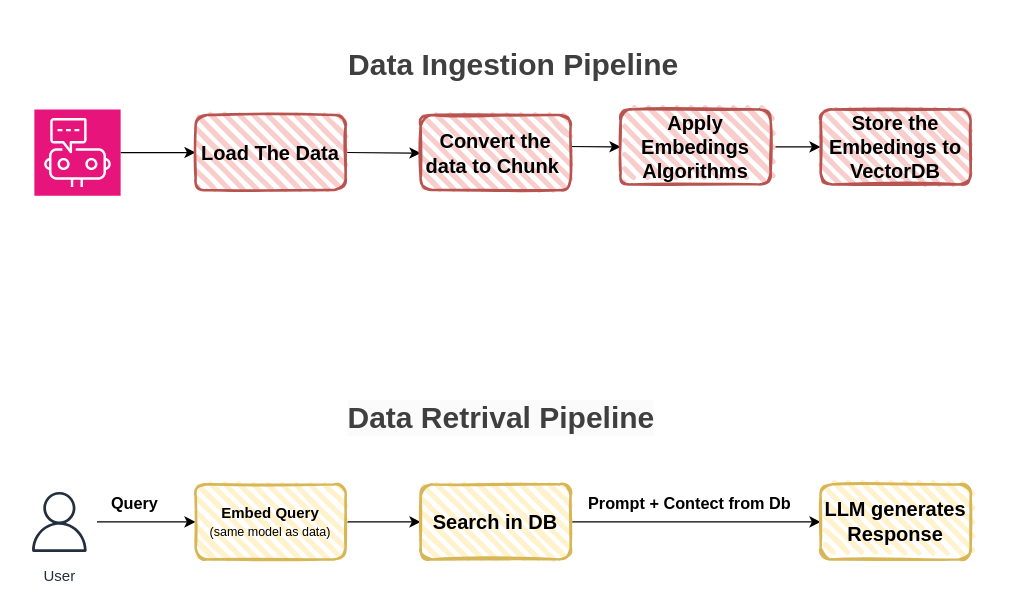
Earlier version of the draw.io diagram mental-model/rag-bot.drawio (DubeyHarshitt/Examock). Source tidied: cells renumbered, new cells numbered last; positions are measured from the earlier drawing's top-left corner, leaving out a move shared by most shapes. Both pictures are drawn from the tidied source at 125%, with x=0, y=0 at pixel (21, 21).
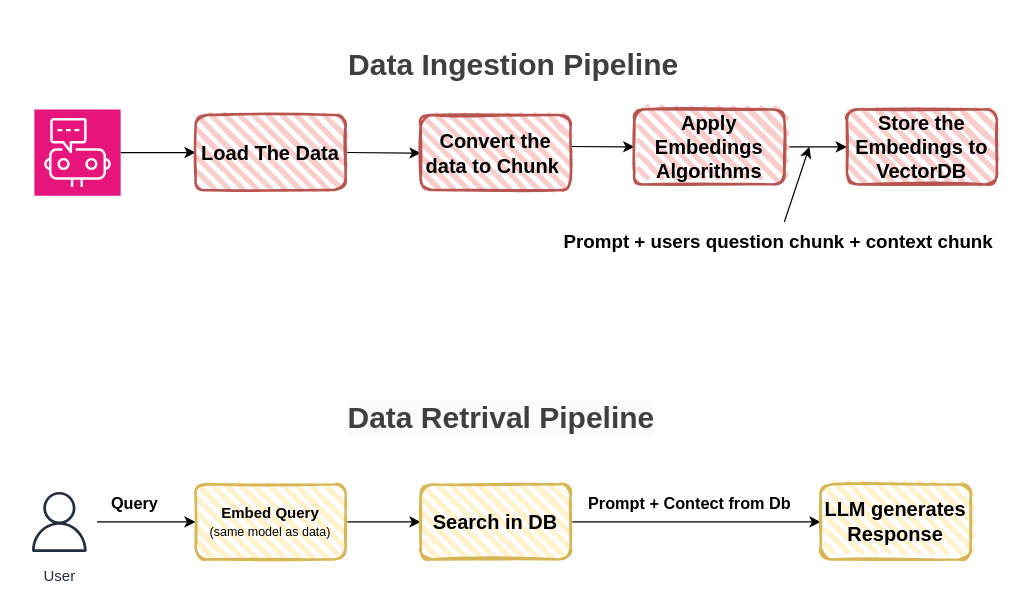
Above is the later version.

Change to the diagram source:
```diff
@@
     <mxCell id="9" value="&lt;b&gt;&lt;font style=&quot;font-size: 16px;&quot;&gt;Apply Embedings Algorithms&lt;/font&gt;&lt;/b&gt;" style="rounded=1;whiteSpace=wrap;html=1;strokeWidth=2;fillWeight=4;hachureGap=8;hachureAngle=45;fillColor=#f8cecc;sketch=1;strokeColor=#b85450;" parent="1" vertex="1">
-      <mxGeometry x="479" y="70" width="120" height="60" as="geometry" />
+      <mxGeometry x="490" y="70" width="120" height="60" as="geometry" />
     </mxCell>
     <mxCell id="10" value="&lt;b&gt;&lt;font style=&quot;font-size: 16px;&quot;&gt;Store the Embedings to VectorDB&lt;/font&gt;&lt;/b&gt;" style="rounded=1;whiteSpace=wrap;html=1;strokeWidth=2;fillWeight=4;hachureGap=8;hachureAngle=45;fillColor=#f8cecc;sketch=1;strokeColor=#b85450;" parent="1" vertex="1">
-      <mxGeometry x="639" y="70" width="120" height="60" as="geometry" />
+      <mxGeometry x="660" y="70" width="120" height="60" as="geometry" />
     </mxCell>
@@
+    <mxCell id="22" style="edgeStyle=none;html=1;" parent="1" edge="1" source="23">
+      <mxGeometry relative="1" as="geometry">
+        <mxPoint x="630" y="100" as="targetPoint" />
+      </mxGeometry>
+    </mxCell>
+    <mxCell id="23" value="&lt;b&gt;&lt;font style=&quot;font-size: 15px;&quot;&gt;Prompt + users question chunk + context chunk&lt;/font&gt;&lt;/b&gt;" style="text;html=1;align=center;verticalAlign=middle;points=[];strokeColor=none;fillColor=none;" parent="1" vertex="1">
+      <mxGeometry x="420" y="160" width="370" height="30" as="geometry" />
+    </mxCell>
```
